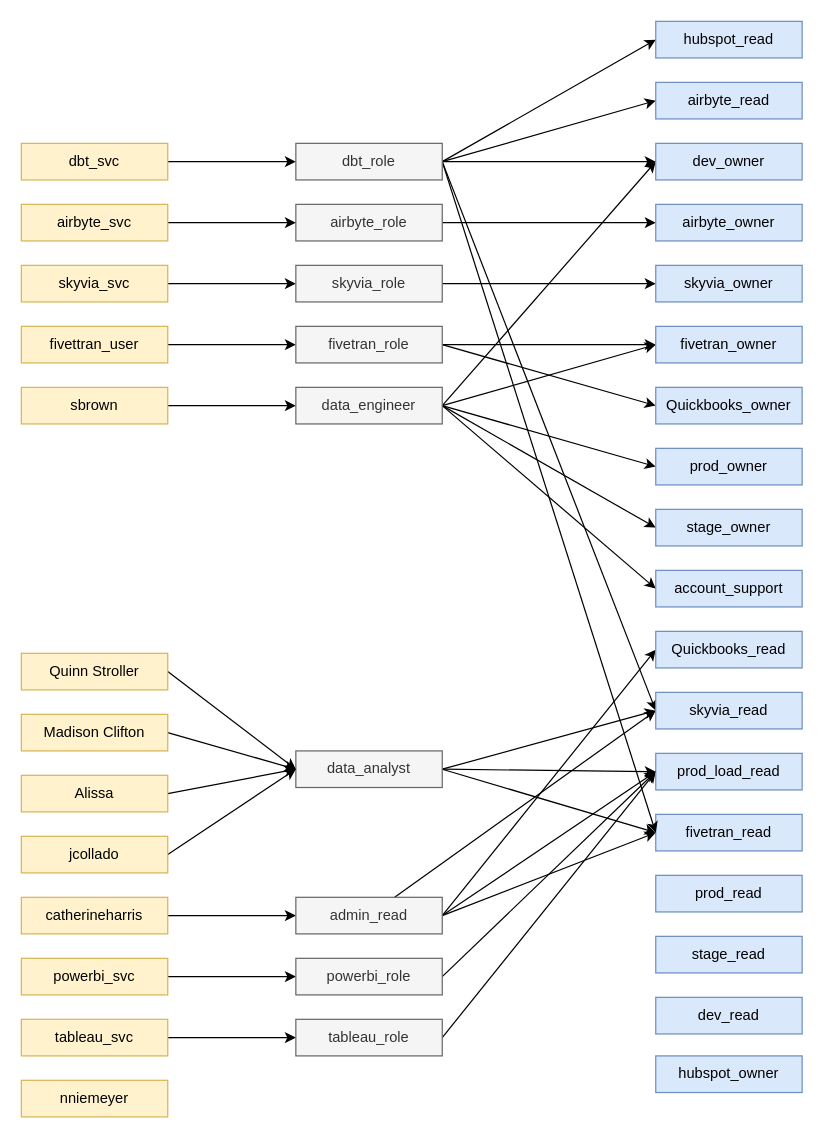
Before: Documentation/Snowflake Security Diagram.drawio in samsolo512/transactly, a draw.io diagram. Source tidied: cells renumbered, new cells numbered last; positions are measured from the earlier drawing's top-left corner, leaving out a move shared by most shapes. Both pictures are drawn from the tidied source at 122%, with x=0, y=0 at pixel (21, 21).
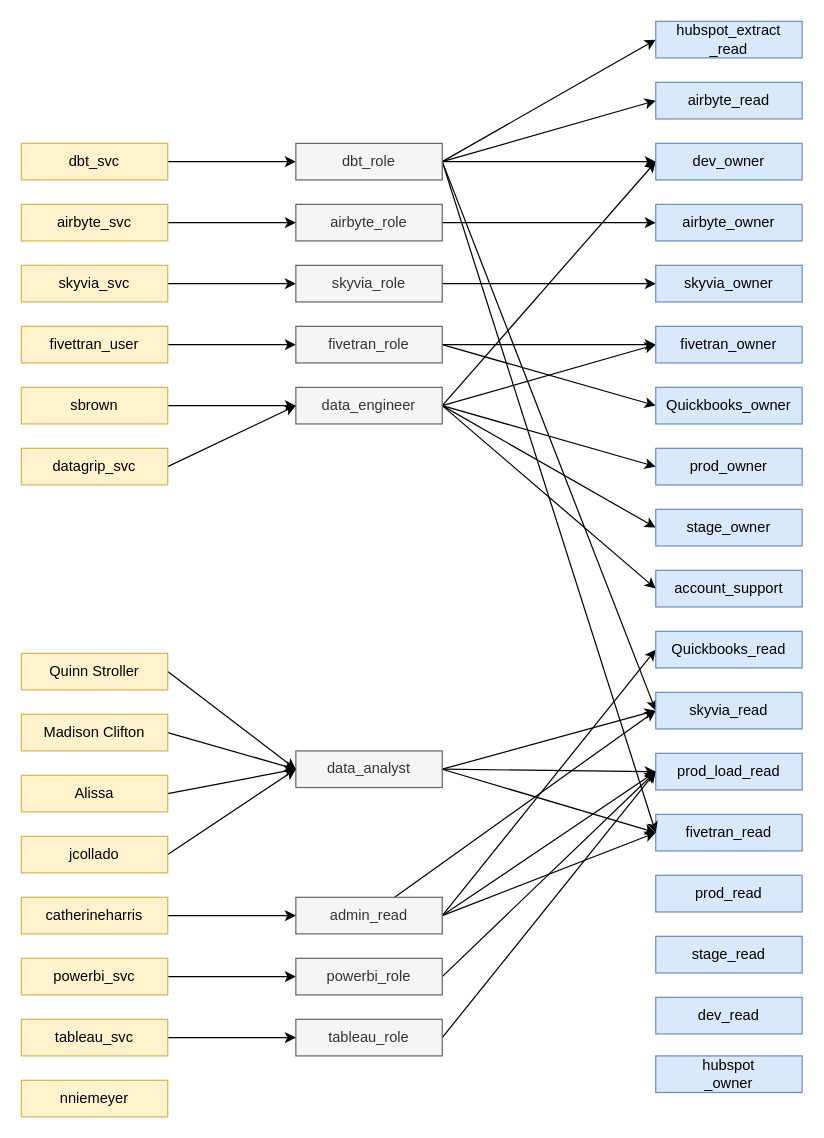
Above is the later version.

Unchanged cells that the change refers to:
```xml
<mxCell id="18" value="data_engineer" style="rounded=0;whiteSpace=wrap;html=1;fillColor=#f5f5f5;fontColor=#333333;strokeColor=#666666;" parent="1" vertex="1">
  <mxGeometry x="225" y="300" width="120" height="30" as="geometry" />
</mxCell>
```

Diff of the diagram source:
```diff
@@
-    <mxCell id="67" value="hubspot_owner" style="rounded=0;whiteSpace=wrap;html=1;fillColor=#dae8fc;strokeColor=#6c8ebf;" parent="1" vertex="1">
+    <mxCell id="67" value="hubspot&lt;br&gt;_owner" style="rounded=0;whiteSpace=wrap;html=1;fillColor=#dae8fc;strokeColor=#6c8ebf;" parent="1" vertex="1">
       <mxGeometry x="520" y="848" width="120" height="30" as="geometry" />
     </mxCell>
@@
-    <mxCell id="76" value="hubspot_read" style="rounded=0;whiteSpace=wrap;html=1;fillColor=#dae8fc;strokeColor=#6c8ebf;" parent="1" vertex="1">
+    <mxCell id="76" value="hubspot_extract&lt;br&gt;_read" style="rounded=0;whiteSpace=wrap;html=1;fillColor=#dae8fc;strokeColor=#6c8ebf;" parent="1" vertex="1">
       <mxGeometry x="520" width="120" height="30" as="geometry" />
     </mxCell>
+    <mxCell id="77" style="rounded=0;jettySize=auto;html=1;entryX=0;entryY=0.5;entryDx=0;entryDy=0;exitX=1;exitY=0.5;exitDx=0;exitDy=0;" parent="1" edge="1" source="78" target="18">
+      <mxGeometry relative="1" as="geometry" />
+    </mxCell>
+    <mxCell id="78" value="datagrip_svc" style="rounded=0;whiteSpace=wrap;html=1;fillColor=#fff2cc;strokeColor=#d6b656;" parent="1" vertex="1">
+      <mxGeometry y="350" width="120" height="30" as="geometry" />
+    </mxCell>
```
